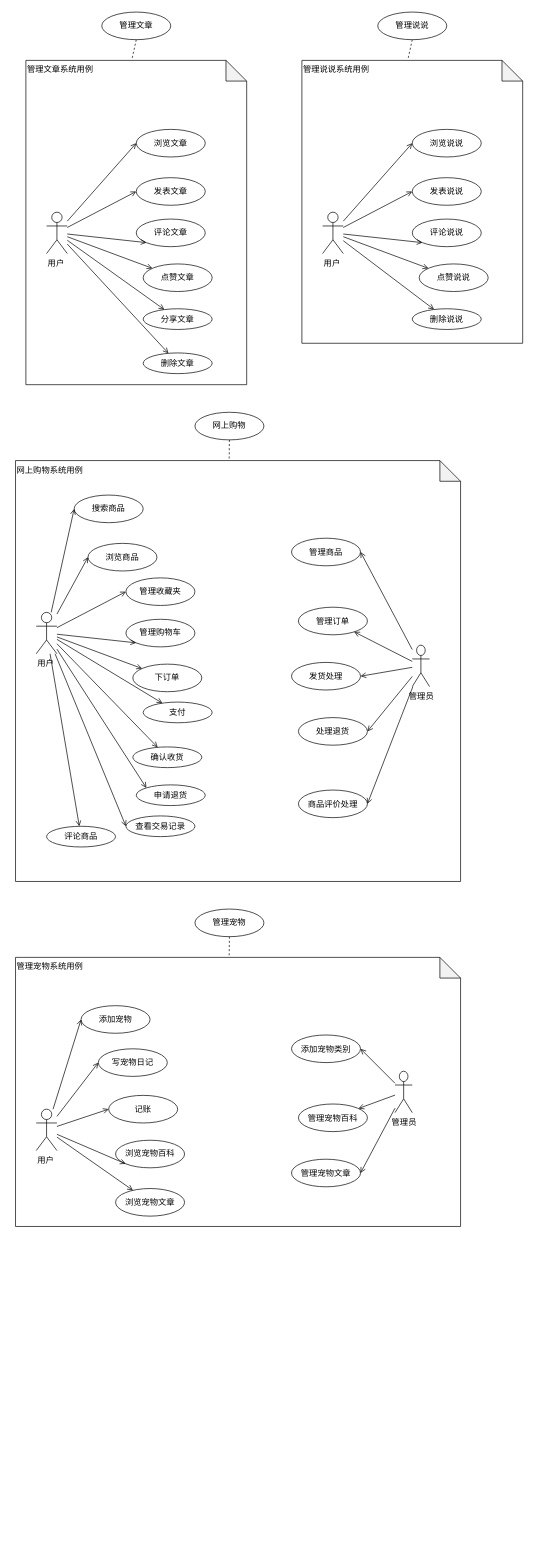
Earlier version of the draw.io diagram uml-系统用例.drawio (JMHello/draw). Source tidied: cells renumbered, new cells numbered last; positions are measured from the earlier drawing's top-left corner, leaving out a move shared by most shapes. Both pictures are drawn from the tidied source at 69%, with x=0, y=0 at pixel (15, 12).
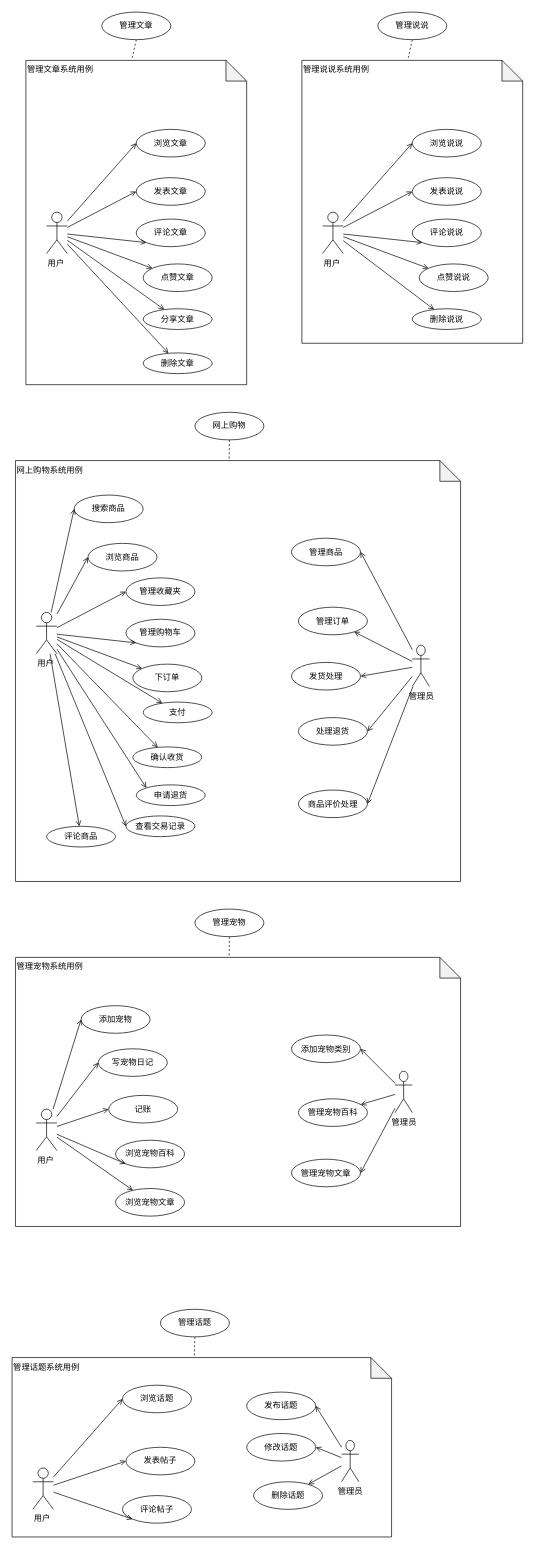
Above is the later version.

What changed in the source:
```diff
@@
     <mxCell id="88" value="管理宠物百科" style="ellipse;whiteSpace=wrap;html=1;align=center;" parent="1" vertex="1">
-      <mxGeometry x="410" y="1582.5" width="100" height="40" as="geometry" />
+      <mxGeometry x="410" y="1575" width="100" height="40" as="geometry" />
     </mxCell>
@@
+    <mxCell id="92" value="管理话题系统用例" style="shape=note;whiteSpace=wrap;html=1;backgroundOutline=1;darkOpacity=0.05;align=left;verticalAlign=top;" parent="1" vertex="1">
+      <mxGeometry x="-5" y="1950" width="550" height="260" as="geometry" />
+    </mxCell>
+    <mxCell id="93" value="用户" style="shape=umlActor;verticalLabelPosition=bottom;labelBackgroundColor=#ffffff;verticalAlign=top;html=1;outlineConnect=0;align=left;" parent="1" vertex="1">
+      <mxGeometry x="25" y="2110" width="30" height="60" as="geometry" />
+    </mxCell>
+    <mxCell id="94" value="浏览话题&lt;div style=&quot;text-align: center&quot;&gt;&lt;/div&gt;" style="ellipse;whiteSpace=wrap;html=1;align=center;" parent="1" vertex="1">
+      <mxGeometry x="155" y="1990" width="100" height="40" as="geometry" />
+    </mxCell>
+    <mxCell id="95" style="edgeStyle=none;rounded=0;jettySize=auto;html=1;entryX=0;entryY=0.5;entryDx=0;entryDy=0;startArrow=none;startFill=0;endArrow=open;endFill=0;" parent="1" edge="1" source="93" target="94">
+      <mxGeometry relative="1" as="geometry" />
+    </mxCell>
+    <mxCell id="96" value="发表帖子&lt;div style=&quot;text-align: center&quot;&gt;&lt;/div&gt;" style="ellipse;whiteSpace=wrap;html=1;align=center;" parent="1" vertex="1">
+      <mxGeometry x="160" y="2080" width="100" height="40" as="geometry" />
+    </mxCell>
+    <mxCell id="97" style="edgeStyle=none;rounded=0;jettySize=auto;html=1;entryX=0;entryY=0.5;entryDx=0;entryDy=0;startArrow=none;startFill=0;endArrow=open;endFill=0;" parent="1" edge="1" source="93" target="96">
+      <mxGeometry relative="1" as="geometry" />
+    </mxCell>
+    <mxCell id="98" value="评论帖子" style="ellipse;whiteSpace=wrap;html=1;align=center;" parent="1" vertex="1">
+      <mxGeometry x="155" y="2150" width="100" height="40" as="geometry" />
+    </mxCell>
+    <mxCell id="99" style="edgeStyle=none;rounded=0;jettySize=auto;html=1;entryX=0;entryY=1;entryDx=0;entryDy=0;startArrow=none;startFill=0;endArrow=open;endFill=0;" parent="1" edge="1" source="93" target="98">
+      <mxGeometry relative="1" as="geometry" />
+    </mxCell>
+    <mxCell id="100" value="管理话题" style="ellipse;whiteSpace=wrap;html=1;align=center;" parent="1" vertex="1">
+      <mxGeometry x="210" y="1880" width="100" height="40" as="geometry" />
+    </mxCell>
+    <mxCell id="101" style="rounded=0;jettySize=auto;html=1;entryX=0.48;entryY=-0.002;entryDx=0;entryDy=0;entryPerimeter=0;endArrow=none;endFill=0;dashed=1;exitX=0.5;exitY=1;exitDx=0;exitDy=0;" parent="1" edge="1" source="100" target="92">
+      <mxGeometry relative="1" as="geometry" />
+    </mxCell>
+    <mxCell id="102" style="edgeStyle=none;rounded=0;jettySize=auto;html=1;entryX=1;entryY=0.5;entryDx=0;entryDy=0;startArrow=none;startFill=0;endArrow=open;endFill=0;" parent="1" edge="1" source="104" target="107">
+      <mxGeometry relative="1" as="geometry" />
+    </mxCell>
+    <mxCell id="103" style="edgeStyle=none;rounded=0;jettySize=auto;html=1;startArrow=none;startFill=0;endArrow=open;endFill=0;" parent="1" edge="1" source="104" target="108">
+      <mxGeometry relative="1" as="geometry" />
+    </mxCell>
+    <mxCell id="104" value="管理员" style="shape=umlActor;verticalLabelPosition=bottom;labelBackgroundColor=#ffffff;verticalAlign=top;html=1;outlineConnect=0;align=center;" parent="1" vertex="1">
+      <mxGeometry x="472.5" y="2070" width="25" height="60" as="geometry" />
+    </mxCell>
+    <mxCell id="105" value="发布话题&lt;div style=&quot;text-align: center&quot;&gt;&lt;/div&gt;" style="ellipse;whiteSpace=wrap;html=1;align=center;" parent="1" vertex="1">
+      <mxGeometry x="335" y="2000" width="100" height="40" as="geometry" />
+    </mxCell>
+    <mxCell id="106" style="edgeStyle=none;rounded=0;jettySize=auto;html=1;entryX=1;entryY=0.5;entryDx=0;entryDy=0;startArrow=none;startFill=0;endArrow=open;endFill=0;" parent="1" edge="1" source="104" target="105">
+      <mxGeometry relative="1" as="geometry" />
+    </mxCell>
+    <mxCell id="107" value="修改话题&lt;div style=&quot;text-align: center&quot;&gt;&lt;/div&gt;" style="ellipse;whiteSpace=wrap;html=1;align=center;" parent="1" vertex="1">
+      <mxGeometry x="335" y="2060" width="100" height="40" as="geometry" />
+    </mxCell>
+    <mxCell id="108" value="删除话题&lt;div style=&quot;text-align: center&quot;&gt;&lt;/div&gt;" style="ellipse;whiteSpace=wrap;html=1;align=center;" parent="1" vertex="1">
+      <mxGeometry x="345" y="2130" width="100" height="40" as="geometry" />
+    </mxCell>
```
